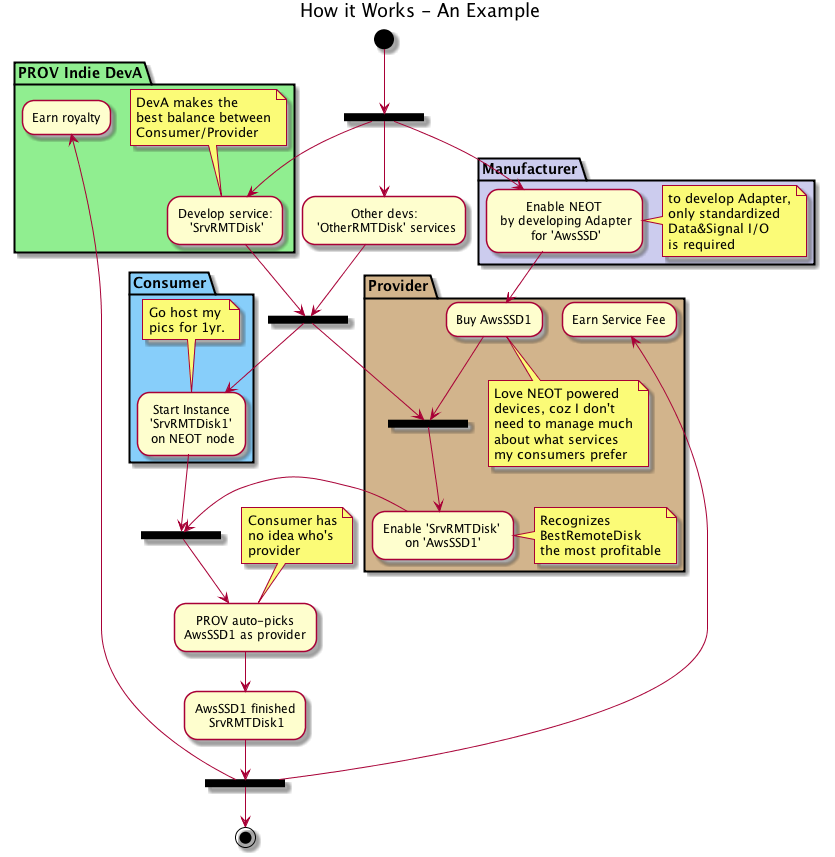
The PlantUML diagram PlantUML/out/Example/Example.png in NEOCompToronto/NEOCompetition, before a commit.
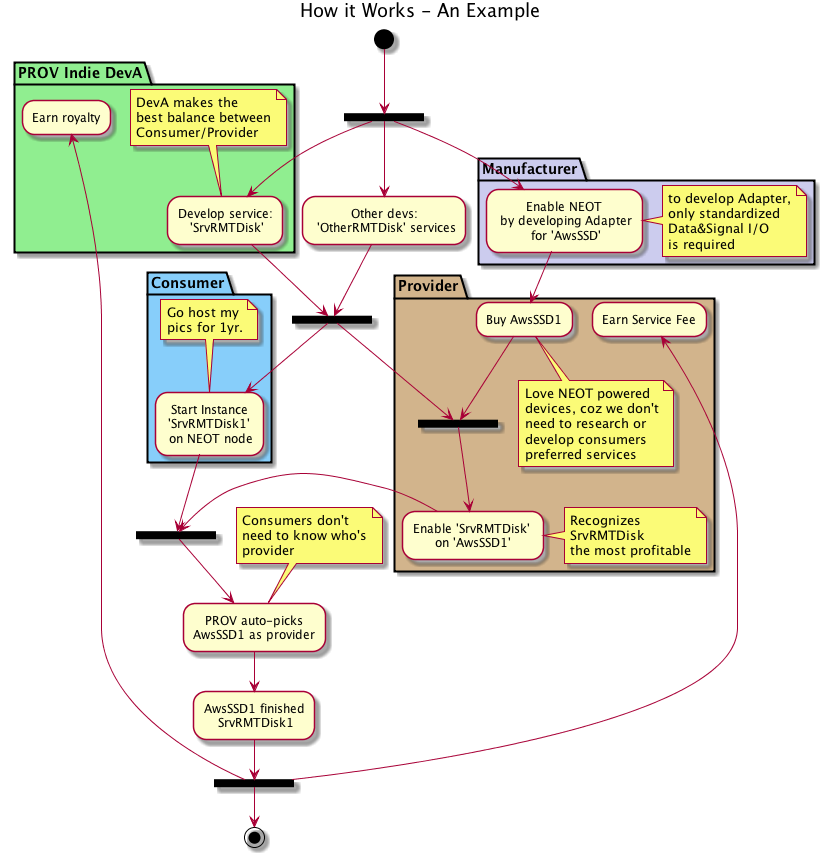
After the change.

Change to the diagram source:
```diff
@@ -17,16 +17,16 @@
     --> Buy AwsSSD1
     note bottom
     Love NEOT powered
-    devices, coz I don't
-    need to manage much
-    about what services
-    my consumers prefer
+    devices, coz we don't
+    need to research or
+    develop consumers
+    preferred services
     end note
     --> ===BManuDeploy===
     -->"Enable 'SrvRMTDisk' \non 'AwsSSD1'"
     note right
     Recognizes
-    BestRemoteDisk
+    SrvRMTDisk
     the most profitable
     end note
 
@@ -60,8 +60,8 @@
 --> ===BService===
 --> "PROV auto-picks\nAwsSSD1 as provider"
 note top
-    Consumer has
-    no idea who's
+    Consumers don't
+    need to know who's
     provider
 end note
 --> "AwsSSD1 finished\n SrvRMTDisk1"
```
